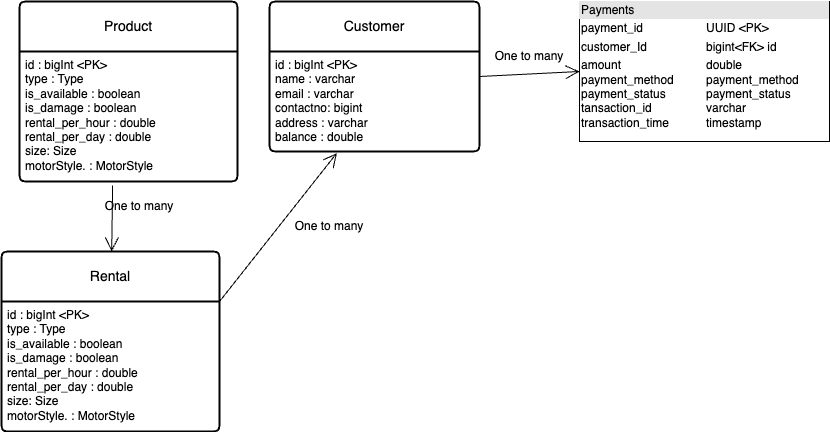
Before: bike-or-car-rental-shop/src/main/resources/images/Bike_Rental_Shop_Schema_Daigram.png, a diagram exported from draw.io (randeep-k11/system-design-LLD). Source tidied: cells renumbered, new cells last; positions are measured from the earlier drawing's top-left corner, leaving out a move shared by most shapes. Source of this version:
```xml
<mxGraphModel>
  <root>
    <mxCell id="0" />
    <mxCell id="1" parent="0" />
    <mxCell id="2" value="Product" style="swimlane;horizontal=1;startSize=50;rounded=1;fontSize=14;fontStyle=0;strokeWidth=2;shadow=0;dashed=0;align=center;arcSize=4;whiteSpace=wrap;html=1;" parent="1" vertex="1">
      <mxGeometry x="18" width="218" height="180" as="geometry" />
    </mxCell>
    <mxCell id="3" value="id : bigInt &amp;lt;PK&amp;gt;&lt;div&gt;type : Type&lt;br&gt;is_available : boolean&lt;/div&gt;&lt;div&gt;is_damage : boolean&lt;br&gt;rental_per_hour : double&lt;/div&gt;&lt;div&gt;rental_per_day : double&lt;/div&gt;&lt;div&gt;size: Size&lt;br&gt;motorStyle. : MotorStyle&lt;/div&gt;" style="align=left;strokeColor=none;fillColor=none;spacingLeft=4;fontSize=12;verticalAlign=top;html=1;" parent="2" vertex="1">
      <mxGeometry y="50" width="218" height="130" as="geometry" />
    </mxCell>
    <mxCell id="4" value="Customer" style="swimlane;horizontal=1;startSize=50;rounded=1;fontSize=14;fontStyle=0;strokeWidth=2;shadow=0;dashed=0;align=center;arcSize=4;whiteSpace=wrap;html=1;" parent="1" vertex="1">
      <mxGeometry x="268" width="210" height="150" as="geometry" />
    </mxCell>
    <mxCell id="5" value="id : bigInt &amp;lt;PK&amp;gt;&lt;br&gt;name : varchar&lt;div&gt;email : varchar&lt;br&gt;contactno: bigint&lt;/div&gt;&lt;div&gt;address : varchar&lt;/div&gt;&lt;div&gt;balance : double&amp;nbsp;&lt;/div&gt;" style="align=left;strokeColor=none;fillColor=none;spacingLeft=4;fontSize=12;verticalAlign=top;html=1;" parent="4" vertex="1">
      <mxGeometry y="50" width="210" height="100" as="geometry" />
    </mxCell>
    <mxCell id="6" value="Rental" style="swimlane;horizontal=1;startSize=50;rounded=1;fontSize=14;fontStyle=0;strokeWidth=2;shadow=0;dashed=0;align=center;arcSize=4;whiteSpace=wrap;html=1;" parent="1" vertex="1">
      <mxGeometry y="250" width="218" height="180" as="geometry" />
    </mxCell>
    <mxCell id="7" value="id : bigInt &amp;lt;PK&amp;gt;&lt;div&gt;type : Type&lt;br&gt;is_available : boolean&lt;/div&gt;&lt;div&gt;is_damage : boolean&lt;br&gt;rental_per_hour : double&lt;/div&gt;&lt;div&gt;rental_per_day : double&lt;/div&gt;&lt;div&gt;size: Size&lt;br&gt;motorStyle. : MotorStyle&lt;/div&gt;" style="align=left;strokeColor=none;fillColor=none;spacingLeft=4;fontSize=12;verticalAlign=top;html=1;" parent="6" vertex="1">
      <mxGeometry y="50" width="218" height="130" as="geometry" />
    </mxCell>
    <mxCell id="8" style="endArrow=open;endFill=1;endSize=12;html=1;rounded=0;exitX=0.427;exitY=1.031;exitDx=0;exitDy=0;exitPerimeter=0;" parent="1" edge="1" source="3" target="6">
      <mxGeometry relative="1" as="geometry" />
    </mxCell>
    <mxCell id="9" value="One to many" style="text;html=1;align=center;verticalAlign=middle;whiteSpace=wrap;rounded=0;" parent="1" vertex="1">
      <mxGeometry x="98" y="190" width="80" height="30" as="geometry" />
    </mxCell>
    <mxCell id="10" style="endArrow=open;endFill=1;endSize=12;html=1;rounded=0;exitX=1;exitY=0;exitDx=0;exitDy=0;entryX=0.321;entryY=1.015;entryDx=0;entryDy=0;entryPerimeter=0;" parent="1" edge="1" source="7" target="5">
      <mxGeometry relative="1" as="geometry" />
    </mxCell>
    <mxCell id="11" value="One to many" style="text;html=1;align=center;verticalAlign=middle;whiteSpace=wrap;rounded=0;" parent="1" vertex="1">
      <mxGeometry x="288" y="210" width="80" height="30" as="geometry" />
    </mxCell>
    <mxCell id="12" value="&lt;div style=&quot;box-sizing: border-box; width: 100%; background: rgb(228, 228, 228); padding: 2px;&quot;&gt;Payments&lt;/div&gt;&lt;table style=&quot;width:100%;font-size:1em;&quot; cellpadding=&quot;2&quot; cellspacing=&quot;0&quot;&gt;&lt;tbody&gt;&lt;tr&gt;&lt;td&gt;payment_id&lt;/td&gt;&lt;td&gt;UUID &amp;lt;PK&amp;gt;&lt;/td&gt;&lt;/tr&gt;&lt;tr&gt;&lt;td&gt;customer_Id&lt;/td&gt;&lt;td&gt;bigint&amp;lt;FK&amp;gt; id&lt;/td&gt;&lt;/tr&gt;&lt;tr&gt;&lt;td&gt;amount&lt;br&gt;payment_method&lt;br&gt;payment_status&lt;br&gt;tansaction_id&amp;nbsp;&lt;br&gt;transaction_time&lt;br&gt;&lt;br&gt;&lt;/td&gt;&lt;td&gt;double&lt;br&gt;payment_method&lt;br&gt;payment_status&lt;br&gt;varchar&lt;br&gt;timestamp&lt;br&gt;&lt;br&gt;&lt;/td&gt;&lt;/tr&gt;&lt;/tbody&gt;&lt;/table&gt;" style="verticalAlign=top;align=left;overflow=fill;html=1;whiteSpace=wrap;" parent="1" vertex="1">
      <mxGeometry x="578" width="250" height="140" as="geometry" />
    </mxCell>
    <mxCell id="13" style="endArrow=open;endFill=1;endSize=12;html=1;rounded=0;exitX=1;exitY=0.25;exitDx=0;exitDy=0;entryX=0;entryY=0.5;entryDx=0;entryDy=0;" parent="1" edge="1" source="5" target="12">
      <mxGeometry relative="1" as="geometry" />
    </mxCell>
    <mxCell id="14" value="One to many" style="text;html=1;align=center;verticalAlign=middle;whiteSpace=wrap;rounded=0;" parent="1" vertex="1">
      <mxGeometry x="488" y="40" width="80" height="30" as="geometry" />
    </mxCell>
  </root>
</mxGraphModel>
```
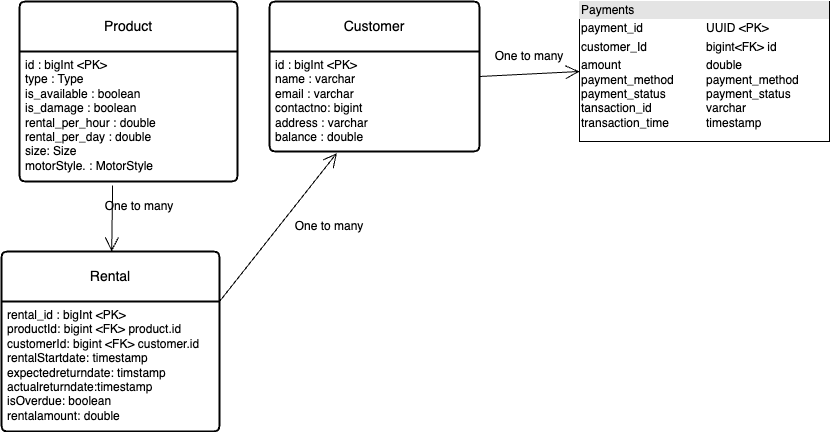
The same diagram one commit later.

The edit, as a diff of the source:
```diff
@@ -17,7 +17,7 @@
     <mxCell id="6" value="Rental" style="swimlane;horizontal=1;startSize=50;rounded=1;fontSize=14;fontStyle=0;strokeWidth=2;shadow=0;dashed=0;align=center;arcSize=4;whiteSpace=wrap;html=1;" parent="1" vertex="1">
       <mxGeometry y="250" width="218" height="180" as="geometry" />
     </mxCell>
-    <mxCell id="7" value="id : bigInt &amp;lt;PK&amp;gt;&lt;div&gt;type : Type&lt;br&gt;is_available : boolean&lt;/div&gt;&lt;div&gt;is_damage : boolean&lt;br&gt;rental_per_hour : double&lt;/div&gt;&lt;div&gt;rental_per_day : double&lt;/div&gt;&lt;div&gt;size: Size&lt;br&gt;motorStyle. : MotorStyle&lt;/div&gt;" style="align=left;strokeColor=none;fillColor=none;spacingLeft=4;fontSize=12;verticalAlign=top;html=1;" parent="6" vertex="1">
+    <mxCell id="7" value="rental_id : bigInt &amp;lt;PK&amp;gt;&lt;div&gt;productId: bigint &amp;lt;FK&amp;gt; product.id&lt;br&gt;customerId: bigint &amp;lt;FK&amp;gt; customer.id&lt;/div&gt;&lt;div&gt;rentalStartdate: timestamp&lt;/div&gt;&lt;div&gt;expectedreturndate: timstamp&lt;/div&gt;&lt;div&gt;actualreturndate:timestamp&lt;/div&gt;&lt;div&gt;isOverdue: boolean&lt;/div&gt;&lt;div&gt;rentalamount: double&lt;/div&gt;" style="align=left;strokeColor=none;fillColor=none;spacingLeft=4;fontSize=12;verticalAlign=top;html=1;" parent="6" vertex="1">
       <mxGeometry y="50" width="218" height="130" as="geometry" />
     </mxCell>
     <mxCell id="8" style="endArrow=open;endFill=1;endSize=12;html=1;rounded=0;exitX=0.427;exitY=1.031;exitDx=0;exitDy=0;exitPerimeter=0;" parent="1" edge="1" source="3" target="6">
```
